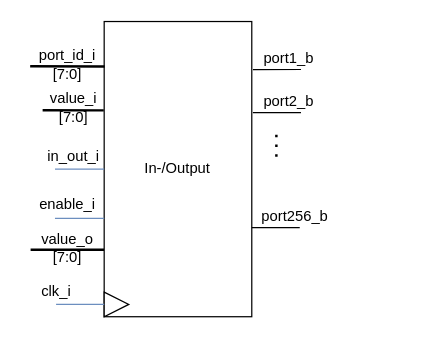
Before: Blockbeschreibungen/IO_beschreibung.drawio in graefjk/RO2, a draw.io diagram. Source tidied: cells renumbered, new cells numbered last; positions are measured from the earlier drawing's top-left corner, leaving out a move shared by most shapes. Both pictures are drawn from the tidied source at 123%, with x=0, y=0 at pixel (30, 21).
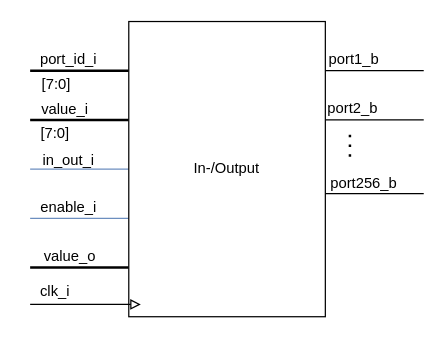
After the change.

Change to the diagram source:
```diff
@@
-    <mxCell id="2" value="value_o&lt;br&gt;[7:0]" style="text;html=1;align=center;verticalAlign=middle;points=[];strokeColor=none;fillColor=none;" parent="1" vertex="1">
-      <mxGeometry x="0.2" y="168.5" width="60" height="30" as="geometry" />
-    </mxCell>
-    <mxCell id="3" value="value_i&lt;br&gt;[7:0]" style="text;html=1;align=center;verticalAlign=middle;points=[];strokeColor=none;fillColor=none;" parent="1" vertex="1">
-      <mxGeometry x="10.2" y="55" width="50" height="30" as="geometry" />
-    </mxCell>
+    <mxCell id="24" style="edgeStyle=orthogonalEdgeStyle;rounded=0;jettySize=auto;html=1;endArrow=none;endFill=0;strokeWidth=2;" parent="1" edge="1" source="4">
+      <mxGeometry relative="1" as="geometry">
+        <mxPoint y="40" as="targetPoint" />
+        <Array as="points">
+          <mxPoint x="60" y="40" />
+          <mxPoint x="60" y="40" />
+        </Array>
+      </mxGeometry>
+    </mxCell>
+    <mxCell id="25" value="&lt;span style=&quot;font-size: 12px;&quot;&gt;port_id_i&lt;/span&gt;" style="edgeLabel;html=1;align=center;verticalAlign=middle;labelBackgroundColor=none;" parent="24" vertex="1">
+      <mxGeometry x="0.33" relative="1" as="geometry">
+        <mxPoint x="3.3" y="-10" as="offset" />
+      </mxGeometry>
+    </mxCell>
+    <mxCell id="26" value="&lt;span style=&quot;font-size: 12px;&quot;&gt;[7:0]&lt;/span&gt;" style="edgeLabel;html=1;align=center;verticalAlign=middle;labelBackgroundColor=none;" parent="24" vertex="1">
+      <mxGeometry x="0.18" y="1" relative="1" as="geometry">
+        <mxPoint x="-12.8" y="9" as="offset" />
+      </mxGeometry>
+    </mxCell>
+    <mxCell id="27" style="edgeStyle=orthogonalEdgeStyle;rounded=0;jettySize=auto;html=1;endArrow=none;endFill=0;strokeWidth=2;" parent="1" edge="1" source="4">
+      <mxGeometry relative="1" as="geometry">
+        <mxPoint y="80" as="targetPoint" />
+        <Array as="points">
+          <mxPoint x="60" y="80" />
+          <mxPoint x="60" y="80" />
+        </Array>
+      </mxGeometry>
+    </mxCell>
+    <mxCell id="28" value="&lt;span style=&quot;font-size: 12px;&quot;&gt;value_i&lt;/span&gt;" style="edgeLabel;html=1;align=center;verticalAlign=middle;labelBackgroundColor=none;" parent="27" vertex="1">
+      <mxGeometry x="0.7" y="-1" relative="1" as="geometry">
+        <mxPoint x="15.3" y="-8" as="offset" />
+      </mxGeometry>
+    </mxCell>
+    <mxCell id="29" value="&lt;span style=&quot;font-size: 12px;&quot;&gt;[7:0]&lt;/span&gt;" style="edgeLabel;html=1;align=center;verticalAlign=middle;labelBackgroundColor=none;" parent="27" vertex="1">
+      <mxGeometry x="0.61" relative="1" as="geometry">
+        <mxPoint x="4.5" y="10" as="offset" />
+      </mxGeometry>
+    </mxCell>
+    <mxCell id="30" style="edgeStyle=orthogonalEdgeStyle;rounded=0;jettySize=auto;html=1;endArrow=none;endFill=0;strokeWidth=1;fillColor=#dae8fc;strokeColor=#6c8ebf;" parent="1" edge="1" source="4">
+      <mxGeometry relative="1" as="geometry">
+        <mxPoint y="120" as="targetPoint" />
+        <Array as="points">
+          <mxPoint x="40" y="120" />
+          <mxPoint x="40" y="120" />
+        </Array>
+      </mxGeometry>
+    </mxCell>
+    <mxCell id="9" value="&lt;span style=&quot;font-size: 12px;&quot;&gt;in_out_i&lt;/span&gt;" style="edgeLabel;html=1;align=center;verticalAlign=middle;labelBackgroundColor=none;" parent="30" vertex="1">
+      <mxGeometry x="0.68" y="-1" relative="1" as="geometry">
+        <mxPoint x="17.1" y="-7" as="offset" />
+      </mxGeometry>
+    </mxCell>
+    <mxCell id="31" style="edgeStyle=orthogonalEdgeStyle;rounded=0;jettySize=auto;html=1;endArrow=none;endFill=0;strokeWidth=1;fillColor=#dae8fc;strokeColor=#6c8ebf;" parent="1" edge="1" source="4">
+      <mxGeometry relative="1" as="geometry">
+        <mxPoint y="160" as="targetPoint" />
+        <Array as="points">
+          <mxPoint x="60" y="160" />
+          <mxPoint x="60" y="160" />
+        </Array>
+      </mxGeometry>
+    </mxCell>
+    <mxCell id="7" value="&lt;span style=&quot;font-size: 12px;&quot;&gt;enable_i&lt;/span&gt;" style="edgeLabel;html=1;align=center;verticalAlign=middle;labelBackgroundColor=none;" parent="31" vertex="1">
+      <mxGeometry x="0.7" relative="1" as="geometry">
+        <mxPoint x="18.1" y="-9.5" as="offset" />
+      </mxGeometry>
+    </mxCell>
+    <mxCell id="32" style="edgeStyle=orthogonalEdgeStyle;rounded=0;jettySize=auto;html=1;endArrow=none;endFill=0;strokeWidth=2;" parent="1" edge="1" source="4">
+      <mxGeometry relative="1" as="geometry">
+        <mxPoint y="200" as="targetPoint" />
+        <Array as="points">
+          <mxPoint x="60" y="200" />
+          <mxPoint x="60" y="200" />
+        </Array>
+      </mxGeometry>
+    </mxCell>
+    <mxCell id="33" value="&lt;span style=&quot;font-size: 12px;&quot;&gt;value_o&lt;/span&gt;" style="edgeLabel;html=1;align=center;verticalAlign=middle;labelBackgroundColor=none;" parent="32" vertex="1">
+      <mxGeometry x="0.3" y="-1" relative="1" as="geometry">
+        <mxPoint x="3" y="-9" as="offset" />
+      </mxGeometry>
+    </mxCell>
+    <mxCell id="34" style="edgeStyle=orthogonalEdgeStyle;rounded=0;jettySize=auto;html=1;startArrow=none;startFill=0;endArrow=none;endFill=0;endSize=6;targetPerimeterSpacing=0;strokeWidth=1;" parent="1" edge="1" source="4">
+      <mxGeometry relative="1" as="geometry">
+        <mxPoint x="320" y="40" as="targetPoint" />
+        <Array as="points">
+          <mxPoint x="240" y="40" />
+          <mxPoint x="240" y="40" />
+        </Array>
+      </mxGeometry>
+    </mxCell>
+    <mxCell id="13" value="&lt;span style=&quot;font-size: 12px;&quot;&gt;port1_b&lt;/span&gt;" style="edgeLabel;html=1;align=center;verticalAlign=middle;labelBackgroundColor=none;" parent="34" vertex="1">
+      <mxGeometry x="-0.6" relative="1" as="geometry">
+        <mxPoint x="6.1" y="-10" as="offset" />
+      </mxGeometry>
+    </mxCell>
+    <mxCell id="35" style="edgeStyle=orthogonalEdgeStyle;rounded=0;jettySize=auto;html=1;startArrow=none;startFill=0;endArrow=none;endFill=0;endSize=6;targetPerimeterSpacing=0;strokeWidth=1;" parent="1" edge="1" source="4">
+      <mxGeometry relative="1" as="geometry">
+        <mxPoint x="320" y="80" as="targetPoint" />
+        <Array as="points">
+          <mxPoint x="260" y="80" />
+          <mxPoint x="260" y="80" />
+        </Array>
+      </mxGeometry>
+    </mxCell>
+    <mxCell id="23" value="&lt;span style=&quot;font-size: 12px;&quot;&gt;port2_b&lt;/span&gt;" style="edgeLabel;html=1;align=center;verticalAlign=middle;labelBackgroundColor=none;" parent="35" vertex="1">
+      <mxGeometry x="-0.69" relative="1" as="geometry">
+        <mxPoint x="9.8" y="-10" as="offset" />
+      </mxGeometry>
+    </mxCell>
+    <mxCell id="36" style="edgeStyle=orthogonalEdgeStyle;rounded=0;jettySize=auto;html=1;startArrow=none;startFill=0;endArrow=none;endFill=0;endSize=6;targetPerimeterSpacing=0;strokeWidth=1;" parent="1" edge="1" source="4">
+      <mxGeometry relative="1" as="geometry">
+        <mxPoint x="320" y="140" as="targetPoint" />
+        <Array as="points">
+          <mxPoint x="260" y="140" />
+          <mxPoint x="260" y="140" />
+        </Array>
+      </mxGeometry>
+    </mxCell>
+    <mxCell id="15" value="&lt;span style=&quot;font-size: 12px;&quot;&gt;port256_b&lt;/span&gt;" style="edgeLabel;html=1;align=center;verticalAlign=middle;labelBackgroundColor=none;" parent="36" vertex="1">
+      <mxGeometry x="-0.5" y="12" relative="1" as="geometry">
+        <mxPoint x="10" y="3" as="offset" />
+      </mxGeometry>
+    </mxCell>
     <mxCell id="4" value="In-/Output" style="rounded=0;whiteSpace=wrap;html=1;" parent="1" vertex="1">
-      <mxGeometry x="60.2" width="120" height="240" as="geometry" />
+      <mxGeometry x="80.2" width="159.8" height="240" as="geometry" />
     </mxCell>
-    <mxCell id="5" style="endArrow=none;html=1;rounded=0;entryX=0.008;entryY=0.163;entryDx=0;entryDy=0;entryPerimeter=0;startArrow=none;" parent="1" edge="1" source="20" target="4">
-      <mxGeometry relative="1" as="geometry" />
-    </mxCell>
-    <mxCell id="6" style="endArrow=none;html=1;rounded=0;entryX=0;entryY=0.667;entryDx=0;entryDy=0;entryPerimeter=0;fillColor=#dae8fc;strokeColor=#6c8ebf;" parent="1" edge="1" target="4">
-      <mxGeometry relative="1" as="geometry">
-        <mxPoint x="20.2" y="160" as="sourcePoint" />
-      </mxGeometry>
-    </mxCell>
-    <mxCell id="7" value="enable_i" style="text;html=1;align=center;verticalAlign=middle;" parent="1" vertex="1">
-      <mxGeometry x="0.2" y="139" width="60" height="20" as="geometry" />
-    </mxCell>
-    <mxCell id="8" style="endArrow=none;html=1;rounded=0;entryX=0;entryY=0.5;entryDx=0;entryDy=0;fillColor=#dae8fc;strokeColor=#6c8ebf;" parent="1" edge="1" target="4">
-      <mxGeometry relative="1" as="geometry">
-        <mxPoint x="20.2" y="120" as="sourcePoint" />
-      </mxGeometry>
-    </mxCell>
-    <mxCell id="9" value="in_out_i" style="text;html=1;align=center;verticalAlign=middle;" parent="1" vertex="1">
-      <mxGeometry x="5.2" y="100" width="60" height="20" as="geometry" />
-    </mxCell>
-    <mxCell id="10" style="endArrow=none;html=1;rounded=0;entryX=-0.003;entryY=0.301;entryDx=0;entryDy=0;entryPerimeter=0;exitX=-0.001;exitY=0.569;exitDx=0;exitDy=0;exitPerimeter=0;strokeWidth=2;" parent="1" edge="1" source="3" target="4">
-      <mxGeometry relative="1" as="geometry" />
-    </mxCell>
-    <mxCell id="11" style="endArrow=none;html=1;rounded=0;entryX=0.999;entryY=0.569;entryDx=0;entryDy=0;entryPerimeter=0;exitX=0.003;exitY=0.569;exitDx=0;exitDy=0;exitPerimeter=0;strokeWidth=2;" parent="1" edge="1" source="2" target="2">
-      <mxGeometry relative="1" as="geometry" />
-    </mxCell>
-    <mxCell id="12" style="endArrow=none;html=1;rounded=0;exitX=1.008;exitY=0.163;exitDx=0;exitDy=0;exitPerimeter=0;" parent="1" edge="1" source="4">
-      <mxGeometry relative="1" as="geometry">
-        <mxPoint x="220.2" y="39" as="targetPoint" />
-      </mxGeometry>
-    </mxCell>
-    <mxCell id="13" value="port1_b" style="text;html=1;align=center;verticalAlign=middle;strokeColor=none;fillColor=none;" parent="1" vertex="1">
-      <mxGeometry x="180.2" y="20" width="60" height="20" as="geometry" />
-    </mxCell>
-    <mxCell id="14" style="endArrow=none;html=1;rounded=0;exitX=1.008;exitY=0.163;exitDx=0;exitDy=0;exitPerimeter=0;" parent="1" edge="1">
-      <mxGeometry relative="1" as="geometry">
-        <mxPoint x="180.2" y="167.6" as="sourcePoint" />
-        <mxPoint x="219.2" y="167.5" as="targetPoint" />
-      </mxGeometry>
-    </mxCell>
-    <mxCell id="15" value="port256_b" style="text;html=1;align=center;verticalAlign=middle;strokeColor=none;fillColor=none;" parent="1" vertex="1">
-      <mxGeometry x="180.2" y="148.5" width="70" height="20" as="geometry" />
-    </mxCell>
     <mxCell id="16" style="endArrow=none;dashed=1;html=1;dashPattern=1 3;strokeWidth=2;rounded=0;" parent="1" edge="1">
       <mxGeometry relative="1" as="geometry">
-        <mxPoint x="200.2" y="110" as="sourcePoint" />
-        <mxPoint x="200.2" y="90" as="targetPoint" />
+        <mxPoint x="260" y="110" as="sourcePoint" />
+        <mxPoint x="260" y="90" as="targetPoint" />
+        <Array as="points">
+          <mxPoint x="260" y="100" />
+        </Array>
       </mxGeometry>
     </mxCell>
-    <mxCell id="17" style="triangle;whiteSpace=wrap;html=1;" parent="1" vertex="1">
-      <mxGeometry x="60.2" y="220" width="20" height="20" as="geometry" />
-    </mxCell>
-    <mxCell id="18" style="endArrow=none;html=1;rounded=0;entryX=-0.008;entryY=0.333;entryDx=0;entryDy=0;entryPerimeter=0;fillColor=#dae8fc;strokeColor=#6c8ebf;" parent="1" edge="1">
-      <mxGeometry relative="1" as="geometry">
-        <mxPoint x="21.1" y="230" as="sourcePoint" />
-        <mxPoint x="60.2" y="229.9" as="targetPoint" />
-      </mxGeometry>
-    </mxCell>
+    <mxCell id="37" style="edgeStyle=orthogonalEdgeStyle;rounded=0;orthogonalLoop=1;jettySize=auto;html=1;endArrow=none;endFill=0;strokeWidth=1;startArrow=block;startFill=0;targetPerimeterSpacing=0;endSize=6;" parent="1" edge="1">
+      <mxGeometry relative="1" as="geometry">
+        <mxPoint x="90" y="230" as="sourcePoint" />
+        <mxPoint y="230" as="targetPoint" />
+        <Array as="points">
+          <mxPoint x="60" y="230" />
+          <mxPoint x="60" y="230" />
+        </Array>
+      </mxGeometry>
+    </mxCell>
     <mxCell id="19" value="clk_i" style="text;html=1;align=center;verticalAlign=middle;" parent="1" vertex="1">
-      <mxGeometry x="1.1" y="210" width="40" height="20" as="geometry" />
+      <mxGeometry y="210" width="40" height="20" as="geometry" />
     </mxCell>
-    <mxCell id="20" value="port_id_i&lt;br&gt;[7:0]" style="text;html=1;align=center;verticalAlign=middle;points=[];strokeColor=none;fillColor=none;" parent="1" vertex="1">
-      <mxGeometry x="0.2" y="20" width="60" height="30" as="geometry" />
-    </mxCell>
-    <mxCell id="21" style="endArrow=none;html=1;rounded=0;entryX=1.006;entryY=0.552;entryDx=0;entryDy=0;entryPerimeter=0;exitX=-0.003;exitY=0.543;exitDx=0;exitDy=0;exitPerimeter=0;strokeWidth=2;" parent="1" edge="1" source="20" target="20">
-      <mxGeometry relative="1" as="geometry" />
-    </mxCell>
-    <mxCell id="22" style="endArrow=none;html=1;rounded=0;exitX=1.008;exitY=0.163;exitDx=0;exitDy=0;exitPerimeter=0;" parent="1" edge="1">
-      <mxGeometry relative="1" as="geometry">
-        <mxPoint x="181.1" y="74.1" as="sourcePoint" />
-        <mxPoint x="220.2" y="74" as="targetPoint" />
-      </mxGeometry>
-    </mxCell>
-    <mxCell id="23" value="port2_b" style="text;html=1;align=center;verticalAlign=middle;strokeColor=none;fillColor=none;" parent="1" vertex="1">
-      <mxGeometry x="180.2" y="55" width="60" height="20" as="geometry" />
-    </mxCell>
```
